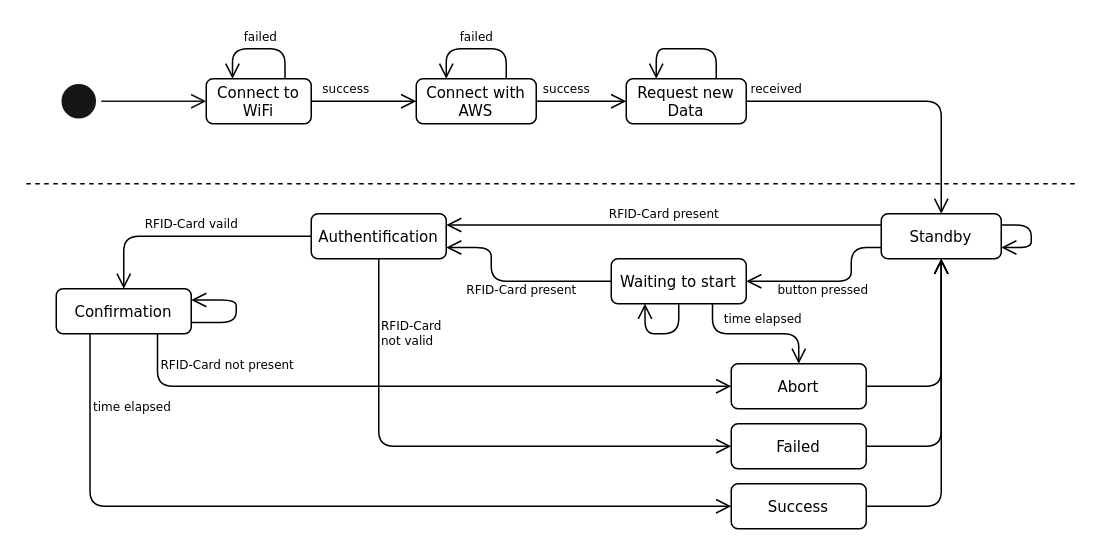
The draw.io diagram docs/assets/models/seq_mc_interaction.drawio in finnge/iot-service-button, before the edit. Source tidied: cells renumbered, new cells numbered last; positions are measured from the earlier drawing's top-left corner, leaving out a move shared by most shapes. Both pictures are drawn from the tidied source at 150%, with x=0, y=0 at pixel (-1002, 48).
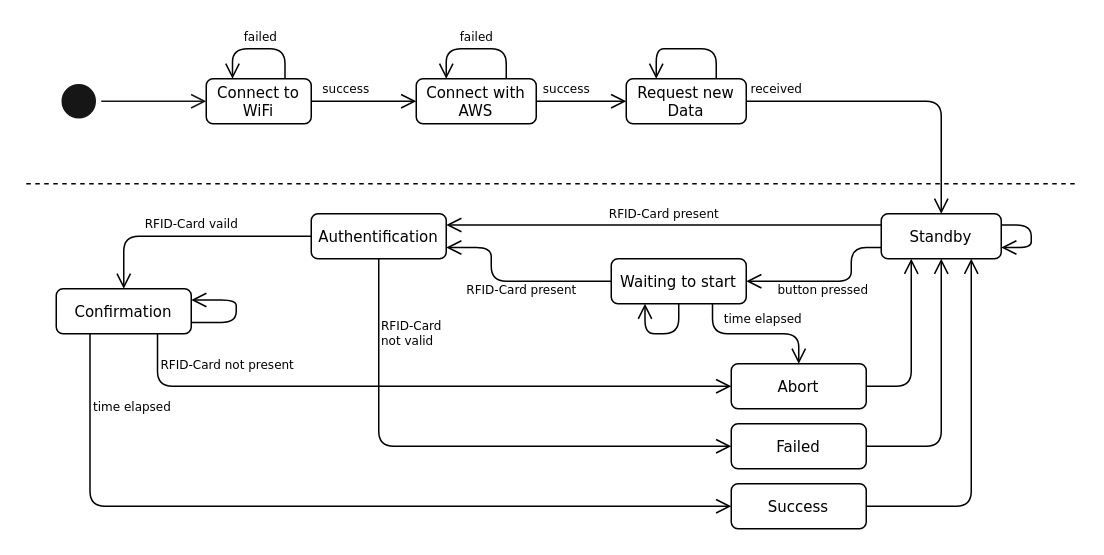
After the change.

The change refers to these unchanged cells:
```xml
<mxCell id="19" value="&lt;span style=&quot;line-height: 100%&quot;&gt;Standby&lt;/span&gt;" style="rounded=1;verticalAlign=middle;labelPosition=center;verticalLabelPosition=middle;align=center;labelBorderColor=none;whiteSpace=wrap;fontFamily=Verdana;html=1;fontSize=10;fillColor=none;" parent="1" vertex="1">
  <mxGeometry x="1255" y="110" width="80" height="30" as="geometry" />
</mxCell>
<mxCell id="32" value="&lt;span style=&quot;line-height: 100%&quot;&gt;Abort&lt;/span&gt;" style="rounded=1;verticalAlign=middle;labelPosition=center;verticalLabelPosition=middle;align=center;labelBorderColor=none;whiteSpace=wrap;fontFamily=Verdana;html=1;fontSize=10;fillColor=none;" parent="1" vertex="1">
  <mxGeometry x="1155" y="210" width="90" height="30" as="geometry" />
</mxCell>
<mxCell id="36" value="&lt;span style=&quot;line-height: 100%&quot;&gt;Success&lt;/span&gt;" style="rounded=1;verticalAlign=middle;labelPosition=center;verticalLabelPosition=middle;align=center;labelBorderColor=none;whiteSpace=wrap;fontFamily=Verdana;html=1;fontSize=10;fillColor=none;" parent="1" vertex="1">
  <mxGeometry x="1155" y="290" width="90" height="30" as="geometry" />
</mxCell>
```

The edit, as a diff of the source:
```diff
@@
-    <mxCell id="31" style="edgeStyle=orthogonalEdgeStyle;rounded=1;sketch=0;jumpStyle=none;jettySize=auto;html=1;entryX=0.5;entryY=1;entryDx=0;entryDy=0;startArrow=none;startFill=0;startSize=8;endArrow=open;endFill=0;endSize=8;targetPerimeterSpacing=0;strokeColor=#000000;strokeWidth=1;fontFamily=Verdana;fontSize=8;" parent="1" edge="1" source="32" target="19">
+    <mxCell id="31" style="edgeStyle=orthogonalEdgeStyle;rounded=1;sketch=0;jumpStyle=none;jettySize=auto;html=1;entryX=0.25;entryY=1;entryDx=0;entryDy=0;startArrow=none;startFill=0;startSize=8;endArrow=open;endFill=0;endSize=8;targetPerimeterSpacing=0;strokeColor=#000000;strokeWidth=1;fontFamily=Verdana;fontSize=8;" parent="1" edge="1" source="32" target="19">
       <mxGeometry relative="1" as="geometry" />
     </mxCell>
@@
-    <mxCell id="35" style="edgeStyle=orthogonalEdgeStyle;rounded=1;sketch=0;jumpStyle=none;jettySize=auto;html=1;startArrow=none;startFill=0;startSize=8;endArrow=open;endFill=0;endSize=8;targetPerimeterSpacing=0;strokeColor=#000000;strokeWidth=1;fontFamily=Verdana;fontSize=8;" parent="1" edge="1" source="36" target="19">
+    <mxCell id="35" style="edgeStyle=orthogonalEdgeStyle;rounded=1;sketch=0;jumpStyle=none;jettySize=auto;html=1;startArrow=none;startFill=0;startSize=8;endArrow=open;endFill=0;endSize=8;targetPerimeterSpacing=0;strokeColor=#000000;strokeWidth=1;fontFamily=Verdana;fontSize=8;entryX=0.75;entryY=1;entryDx=0;entryDy=0;" parent="1" edge="1" source="36" target="19">
       <mxGeometry relative="1" as="geometry" />
     </mxCell>
```
